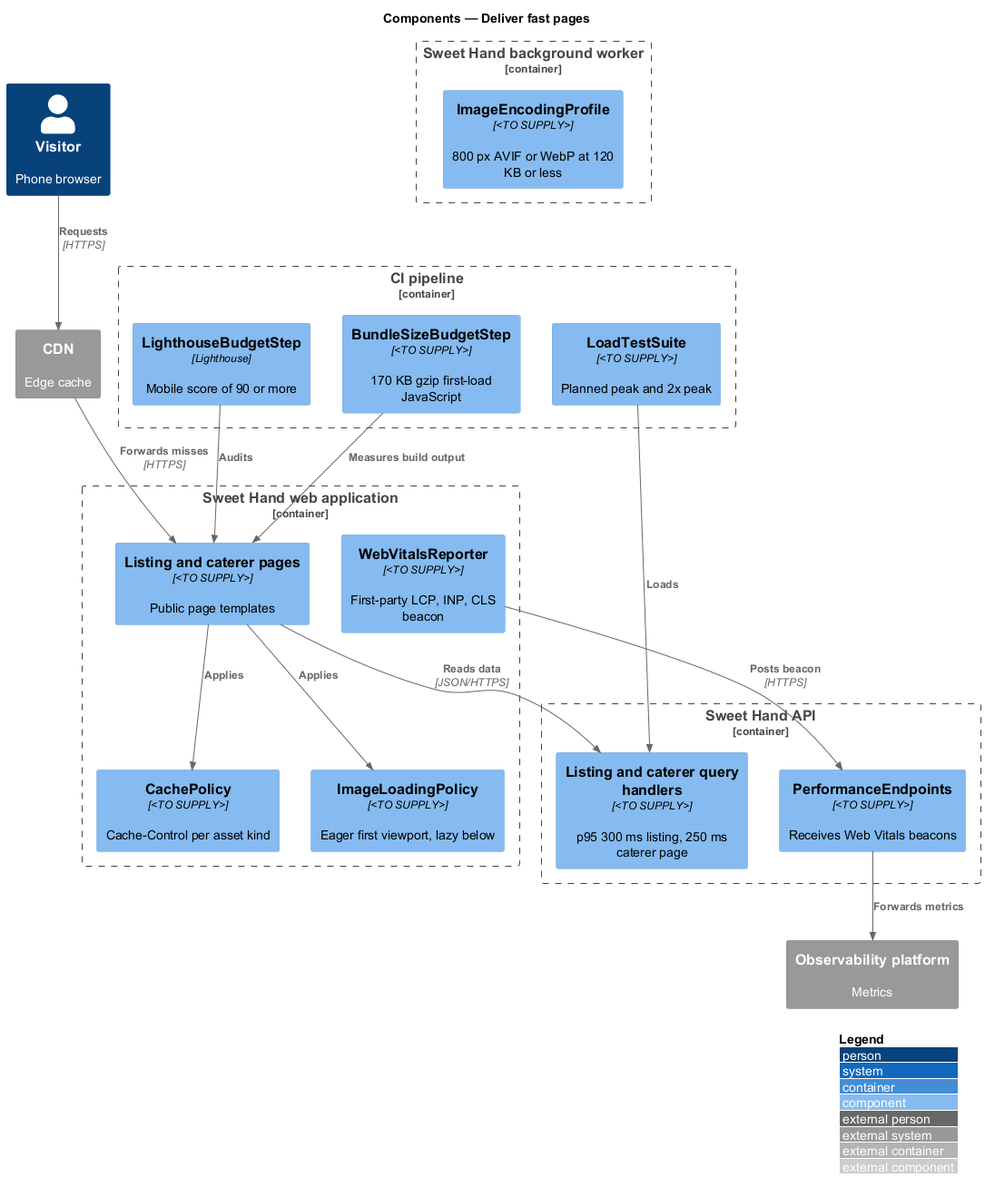
This is docs/detailed-designs/platform/deliver-fast-pages/diagrams/c4-component.png from QuinntyneBrown/sweet-hand, a PlantUML export, as it was before one commit. Source of this version:
```plantuml
@startuml
!include <C4/C4_Component>
LAYOUT_WITH_LEGEND()
title Components — Deliver fast pages

Person(visitor, "Visitor", "Phone browser")
System_Ext(cdn, "CDN", "Edge cache")
System_Ext(obs, "Observability platform", "Metrics")
Container_Boundary(web, "Sweet Hand web application") {
  Component(pages, "Listing and caterer pages", "<TO SUPPLY>", "Public page templates")
  Component(cache, "CachePolicy", "<TO SUPPLY>", "Cache-Control per asset kind")
  Component(imgs, "ImageLoadingPolicy", "<TO SUPPLY>", "Eager first viewport, lazy below")
  Component(vitals, "WebVitalsReporter", "<TO SUPPLY>", "First-party LCP, INP, CLS beacon")
}
Container_Boundary(api, "Sweet Hand API") {
  Component(perf, "PerformanceEndpoints", "<TO SUPPLY>", "Receives Web Vitals beacons")
  Component(read, "Listing and caterer query handlers", "<TO SUPPLY>", "p95 300 ms listing, 250 ms caterer page")
}
Container_Boundary(worker, "Sweet Hand background worker") {
  Component(encode, "ImageEncodingProfile", "<TO SUPPLY>", "800 px AVIF or WebP at 120 KB or less")
}
Container_Boundary(ci, "CI pipeline") {
  Component(lh, "LighthouseBudgetStep", "Lighthouse", "Mobile score of 90 or more")
  Component(bundle, "BundleSizeBudgetStep", "<TO SUPPLY>", "170 KB gzip first-load JavaScript")
  Component(load, "LoadTestSuite", "<TO SUPPLY>", "Planned peak and 2x peak")
}

Rel(visitor, cdn, "Requests", "HTTPS")
Rel(cdn, pages, "Forwards misses", "HTTPS")
Rel(pages, cache, "Applies")
Rel(pages, imgs, "Applies")
Rel(pages, read, "Reads data", "JSON/HTTPS")
Rel(vitals, perf, "Posts beacon", "HTTPS")
Rel(perf, obs, "Forwards metrics")
Rel(lh, pages, "Audits")
Rel(bundle, pages, "Measures build output")
Rel(load, read, "Loads")
@enduml
```
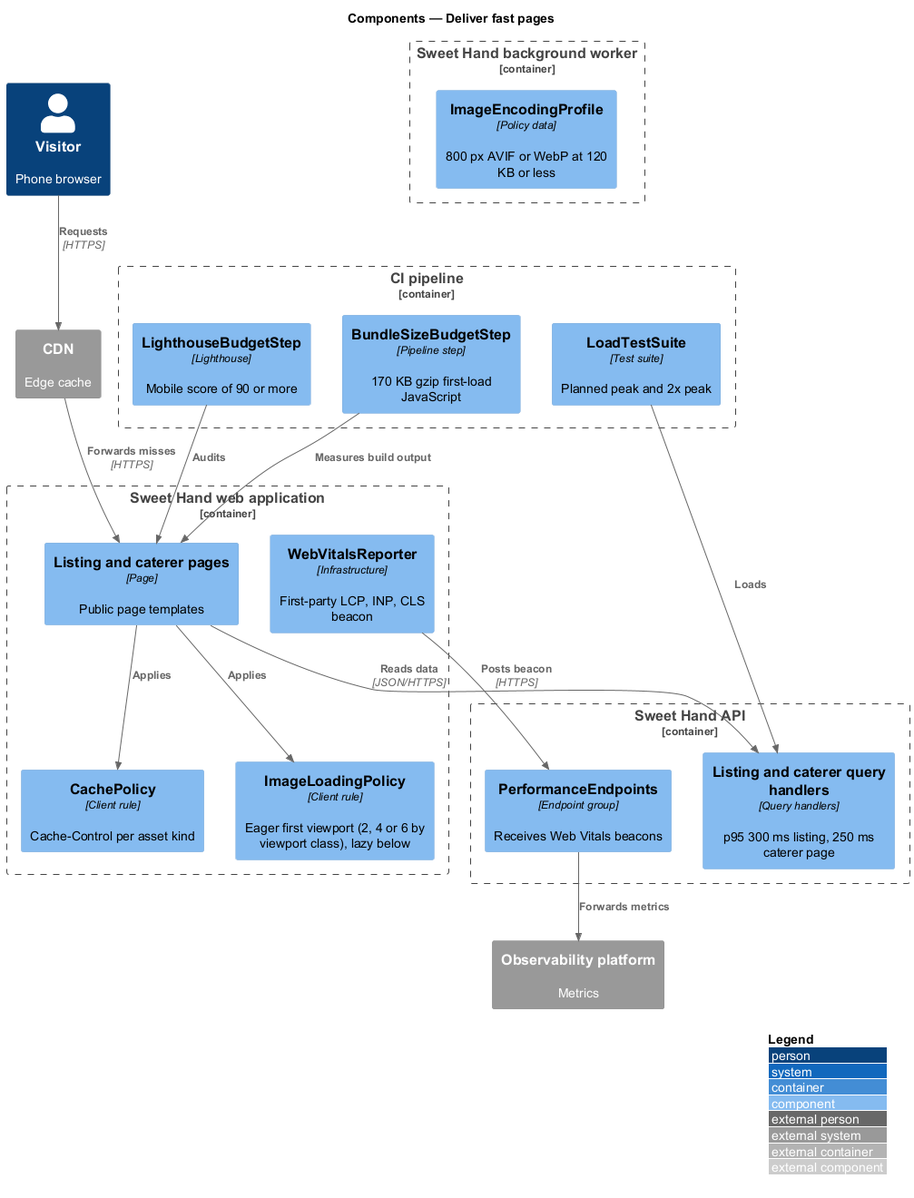
The same diagram one commit later.

The edit, as a diff of the source:
```diff
@@ -7,22 +7,22 @@
 System_Ext(cdn, "CDN", "Edge cache")
 System_Ext(obs, "Observability platform", "Metrics")
 Container_Boundary(web, "Sweet Hand web application") {
-  Component(pages, "Listing and caterer pages", "<TO SUPPLY>", "Public page templates")
-  Component(cache, "CachePolicy", "<TO SUPPLY>", "Cache-Control per asset kind")
-  Component(imgs, "ImageLoadingPolicy", "<TO SUPPLY>", "Eager first viewport, lazy below")
-  Component(vitals, "WebVitalsReporter", "<TO SUPPLY>", "First-party LCP, INP, CLS beacon")
+  Component(pages, "Listing and caterer pages", "Page", "Public page templates")
+  Component(cache, "CachePolicy", "Client rule", "Cache-Control per asset kind")
+  Component(imgs, "ImageLoadingPolicy", "Client rule", "Eager first viewport (2, 4 or 6 by viewport class), lazy below")
+  Component(vitals, "WebVitalsReporter", "Infrastructure", "First-party LCP, INP, CLS beacon")
 }
 Container_Boundary(api, "Sweet Hand API") {
-  Component(perf, "PerformanceEndpoints", "<TO SUPPLY>", "Receives Web Vitals beacons")
-  Component(read, "Listing and caterer query handlers", "<TO SUPPLY>", "p95 300 ms listing, 250 ms caterer page")
+  Component(perf, "PerformanceEndpoints", "Endpoint group", "Receives Web Vitals beacons")
+  Component(read, "Listing and caterer query handlers", "Query handlers", "p95 300 ms listing, 250 ms caterer page")
 }
 Container_Boundary(worker, "Sweet Hand background worker") {
-  Component(encode, "ImageEncodingProfile", "<TO SUPPLY>", "800 px AVIF or WebP at 120 KB or less")
+  Component(encode, "ImageEncodingProfile", "Policy data", "800 px AVIF or WebP at 120 KB or less")
 }
 Container_Boundary(ci, "CI pipeline") {
   Component(lh, "LighthouseBudgetStep", "Lighthouse", "Mobile score of 90 or more")
-  Component(bundle, "BundleSizeBudgetStep", "<TO SUPPLY>", "170 KB gzip first-load JavaScript")
-  Component(load, "LoadTestSuite", "<TO SUPPLY>", "Planned peak and 2x peak")
+  Component(bundle, "BundleSizeBudgetStep", "Pipeline step", "170 KB gzip first-load JavaScript")
+  Component(load, "LoadTestSuite", "Test suite", "Planned peak and 2x peak")
 }
 
 Rel(visitor, cdn, "Requests", "HTTPS")
```
